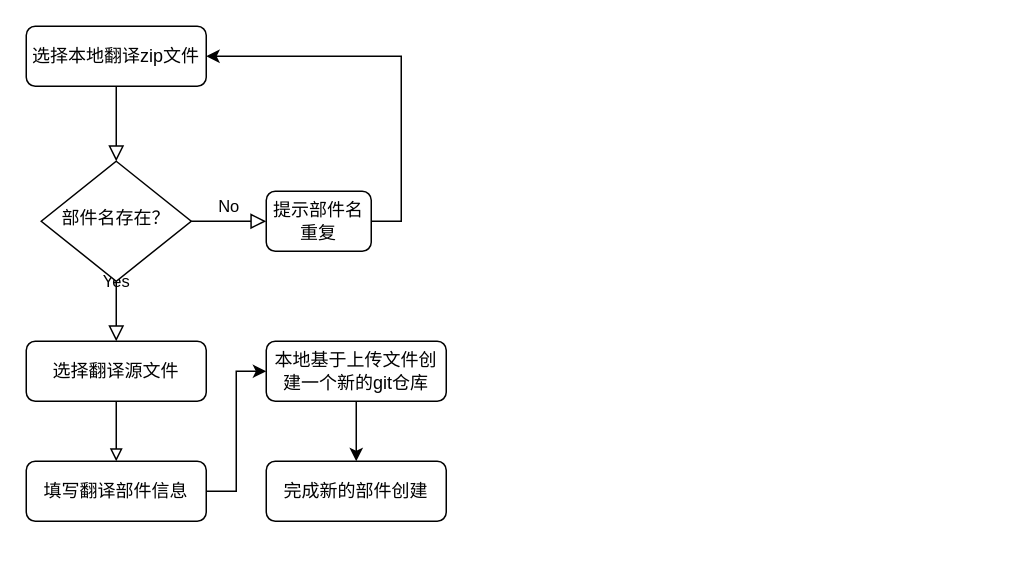
Above: weblate/本地上传新的部件.drawio in weijiang1994/draw-io (draw.io), before the change. Source tidied: cells renumbered, new cells numbered last; positions are measured from the earlier drawing's top-left corner, leaving out a move shared by most shapes. Both pictures are drawn from the tidied source at 150%, with x=0, y=0 at pixel (26, 26).
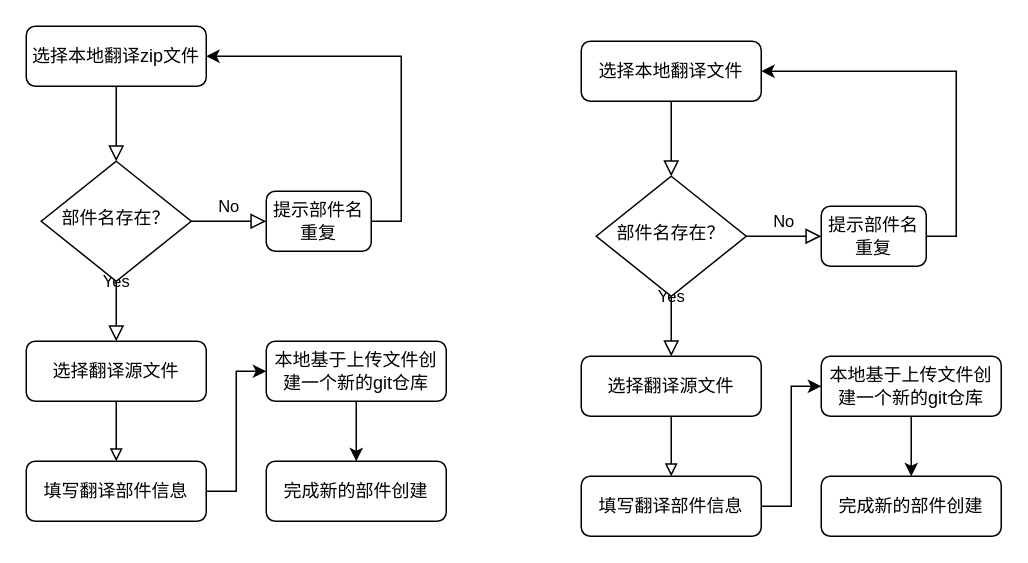
The same page after the edit.

Commit message (it also covers changes not shown here):
更新本地上传新的部件.drawio

Change to the diagram source:
```diff
@@
+    <mxCell id="16" style="rounded=0;html=1;jettySize=auto;fontSize=11;endArrow=block;endFill=0;endSize=8;strokeWidth=1;shadow=0;labelBackgroundColor=none;edgeStyle=orthogonalEdgeStyle;" parent="1" edge="1" source="17" target="20">
+      <mxGeometry relative="1" as="geometry" />
+    </mxCell>
+    <mxCell id="17" value="选择本地翻译文件" style="rounded=1;whiteSpace=wrap;html=1;fontSize=12;glass=0;strokeWidth=1;shadow=0;" parent="1" vertex="1">
+      <mxGeometry x="370" y="10" width="120" height="40" as="geometry" />
+    </mxCell>
+    <mxCell id="18" value="Yes" style="rounded=0;html=1;jettySize=auto;fontSize=11;endArrow=block;endFill=0;endSize=8;strokeWidth=1;shadow=0;labelBackgroundColor=none;edgeStyle=orthogonalEdgeStyle;" parent="1" edge="1" source="20">
+      <mxGeometry y="20" relative="1" as="geometry">
+        <mxPoint x="430" y="220" as="targetPoint" />
+      </mxGeometry>
+    </mxCell>
+    <mxCell id="19" value="No" style="edgeStyle=orthogonalEdgeStyle;rounded=0;html=1;jettySize=auto;fontSize=11;endArrow=block;endFill=0;endSize=8;strokeWidth=1;shadow=0;labelBackgroundColor=none;" parent="1" edge="1" source="20" target="22">
+      <mxGeometry y="10" relative="1" as="geometry" />
+    </mxCell>
+    <mxCell id="20" value="部件名存在？" style="rhombus;whiteSpace=wrap;html=1;shadow=0;fontFamily=Helvetica;fontSize=12;align=center;strokeWidth=1;spacing=6;spacingTop=-4;" parent="1" vertex="1">
+      <mxGeometry x="380" y="100" width="100" height="80" as="geometry" />
+    </mxCell>
+    <mxCell id="21" style="edgeStyle=orthogonalEdgeStyle;rounded=0;jettySize=auto;html=1;exitX=1;exitY=0.5;exitDx=0;exitDy=0;entryX=1;entryY=0.5;entryDx=0;entryDy=0;" parent="1" edge="1" source="22" target="17">
+      <mxGeometry relative="1" as="geometry" />
+    </mxCell>
+    <mxCell id="22" value="提示部件名重复" style="rounded=1;whiteSpace=wrap;html=1;fontSize=12;glass=0;strokeWidth=1;shadow=0;" parent="1" vertex="1">
+      <mxGeometry x="530" y="120" width="70" height="40" as="geometry" />
+    </mxCell>
+    <mxCell id="23" style="edgeStyle=orthogonalEdgeStyle;rounded=0;jettySize=auto;html=1;exitX=0.5;exitY=1;exitDx=0;exitDy=0;endArrow=block;endFill=0;" parent="1" edge="1" source="24">
+      <mxGeometry relative="1" as="geometry">
+        <mxPoint x="430" y="300" as="targetPoint" />
+      </mxGeometry>
+    </mxCell>
+    <mxCell id="24" value="选择翻译源文件" style="rounded=1;whiteSpace=wrap;html=1;fontSize=12;glass=0;strokeWidth=1;shadow=0;" parent="1" vertex="1">
+      <mxGeometry x="370" y="220" width="120" height="40" as="geometry" />
+    </mxCell>
+    <mxCell id="25" style="edgeStyle=orthogonalEdgeStyle;rounded=0;jettySize=auto;html=1;exitX=1;exitY=0.5;exitDx=0;exitDy=0;entryX=0;entryY=0.5;entryDx=0;entryDy=0;" parent="1" edge="1" source="26" target="28">
+      <mxGeometry relative="1" as="geometry" />
+    </mxCell>
+    <mxCell id="26" value="填写翻译部件信息" style="rounded=1;whiteSpace=wrap;html=1;fontSize=12;glass=0;strokeWidth=1;shadow=0;" parent="1" vertex="1">
+      <mxGeometry x="370" y="300" width="120" height="40" as="geometry" />
+    </mxCell>
+    <mxCell id="27" style="edgeStyle=orthogonalEdgeStyle;rounded=0;jettySize=auto;html=1;exitX=0.5;exitY=1;exitDx=0;exitDy=0;entryX=0.5;entryY=0;entryDx=0;entryDy=0;" parent="1" edge="1" source="28" target="29">
+      <mxGeometry relative="1" as="geometry" />
+    </mxCell>
+    <mxCell id="28" value="本地基于上传文件创建一个新的git仓库" style="rounded=1;whiteSpace=wrap;html=1;fontSize=12;glass=0;strokeWidth=1;shadow=0;" parent="1" vertex="1">
+      <mxGeometry x="530" y="220" width="120" height="40" as="geometry" />
+    </mxCell>
+    <mxCell id="29" value="完成新的部件创建" style="rounded=1;whiteSpace=wrap;html=1;fontSize=12;glass=0;strokeWidth=1;shadow=0;" parent="1" vertex="1">
+      <mxGeometry x="530" y="300" width="120" height="40" as="geometry" />
+    </mxCell>
```
